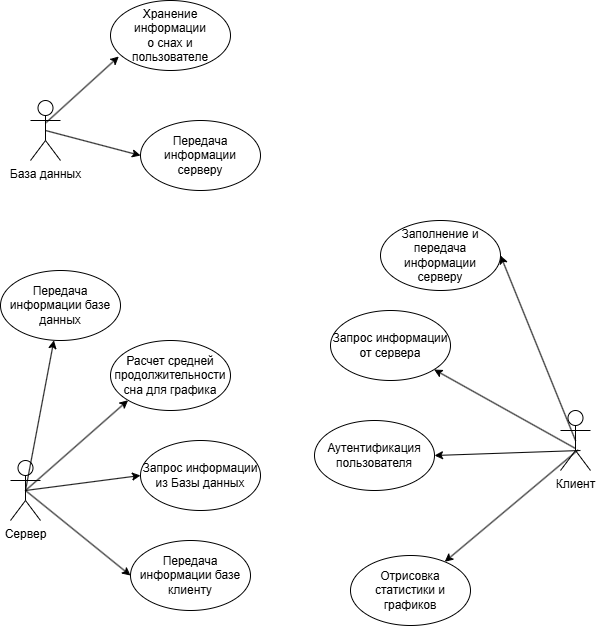
Above: useDrawio/ДиаграммаПользования.drawio.png in EzeroMV/sleep-tracker (draw.io), before the change. Source tidied: cells renumbered, new cells last; positions are measured from the earlier drawing's top-left corner, leaving out a move shared by most shapes. The source it was exported from:
```xml
<mxGraphModel>
  <root>
    <mxCell id="0" />
    <mxCell id="1" parent="0" />
    <mxCell id="2" value="База данных" style="shape=umlActor;verticalLabelPosition=bottom;verticalAlign=top;html=1;" parent="1" vertex="1">
      <mxGeometry x="30" y="100" width="30" height="60" as="geometry" />
    </mxCell>
    <mxCell id="3" value="Сервер" style="shape=umlActor;verticalLabelPosition=bottom;verticalAlign=top;html=1;" parent="1" vertex="1">
      <mxGeometry x="10" y="460" width="30" height="60" as="geometry" />
    </mxCell>
    <mxCell id="4" value="Клиент" style="shape=umlActor;verticalLabelPosition=bottom;verticalAlign=top;html=1;" parent="1" vertex="1">
      <mxGeometry x="560" y="410" width="30" height="60" as="geometry" />
    </mxCell>
    <mxCell id="5" value="Хранение информации&lt;div&gt;о снах и пользователе&lt;/div&gt;" style="ellipse;whiteSpace=wrap;html=1;" parent="1" vertex="1">
      <mxGeometry x="110" width="120" height="70" as="geometry" />
    </mxCell>
    <mxCell id="6" style="endArrow=classic;html=1;rounded=0;exitX=0.522;exitY=0.367;exitDx=0;exitDy=0;exitPerimeter=0;entryX=0.069;entryY=0.8;entryDx=0;entryDy=0;entryPerimeter=0;" parent="1" edge="1" source="2" target="5">
      <mxGeometry relative="1" as="geometry" />
    </mxCell>
    <mxCell id="7" value="Передача информации серверу" style="ellipse;whiteSpace=wrap;html=1;" parent="1" vertex="1">
      <mxGeometry x="140" y="120" width="120" height="70" as="geometry" />
    </mxCell>
    <mxCell id="8" style="endArrow=classic;html=1;rounded=0;exitX=0.5;exitY=0.5;exitDx=0;exitDy=0;exitPerimeter=0;entryX=0;entryY=0.5;entryDx=0;entryDy=0;" parent="1" edge="1" source="2" target="7">
      <mxGeometry relative="1" as="geometry" />
    </mxCell>
    <mxCell id="9" value="Передача информации базе данных" style="ellipse;whiteSpace=wrap;html=1;" parent="1" vertex="1">
      <mxGeometry y="270" width="120" height="70" as="geometry" />
    </mxCell>
    <mxCell id="10" value="Передача информации базе клиенту" style="ellipse;whiteSpace=wrap;html=1;" parent="1" vertex="1">
      <mxGeometry x="130" y="540" width="120" height="70" as="geometry" />
    </mxCell>
    <mxCell id="11" style="endArrow=classic;html=1;rounded=0;exitX=0.5;exitY=0.5;exitDx=0;exitDy=0;exitPerimeter=0;entryX=0;entryY=0.5;entryDx=0;entryDy=0;" parent="1" edge="1" source="3" target="10">
      <mxGeometry relative="1" as="geometry" />
    </mxCell>
    <mxCell id="12" style="endArrow=classic;html=1;rounded=0;exitX=0.5;exitY=0.5;exitDx=0;exitDy=0;exitPerimeter=0;" parent="1" edge="1" source="3" target="9">
      <mxGeometry relative="1" as="geometry" />
    </mxCell>
    <mxCell id="13" value="Расчет средней продолжительности сна для графика" style="ellipse;whiteSpace=wrap;html=1;" parent="1" vertex="1">
      <mxGeometry x="110" y="340" width="120" height="70" as="geometry" />
    </mxCell>
    <mxCell id="14" style="endArrow=classic;html=1;rounded=0;exitX=0.5;exitY=0.5;exitDx=0;exitDy=0;exitPerimeter=0;entryX=0;entryY=1;entryDx=0;entryDy=0;" parent="1" edge="1" source="3" target="13">
      <mxGeometry relative="1" as="geometry" />
    </mxCell>
    <mxCell id="15" style="endArrow=classic;html=1;rounded=0;exitX=0.5;exitY=0.5;exitDx=0;exitDy=0;exitPerimeter=0;entryX=0;entryY=0.5;entryDx=0;entryDy=0;" parent="1" edge="1" source="3" target="16">
      <mxGeometry relative="1" as="geometry" />
    </mxCell>
    <mxCell id="16" value="Запрос информации из Базы данных" style="ellipse;whiteSpace=wrap;html=1;" parent="1" vertex="1">
      <mxGeometry x="140" y="440" width="120" height="70" as="geometry" />
    </mxCell>
    <mxCell id="17" value="Запрос информации от сервера" style="ellipse;whiteSpace=wrap;html=1;" parent="1" vertex="1">
      <mxGeometry x="330" y="310" width="120" height="70" as="geometry" />
    </mxCell>
    <mxCell id="18" value="Заполнение и передача информации серверу" style="ellipse;whiteSpace=wrap;html=1;" parent="1" vertex="1">
      <mxGeometry x="380" y="220" width="120" height="70" as="geometry" />
    </mxCell>
    <mxCell id="19" value="Отрисовка статистики и графиков" style="ellipse;whiteSpace=wrap;html=1;" parent="1" vertex="1">
      <mxGeometry x="350" y="555" width="120" height="70" as="geometry" />
    </mxCell>
    <mxCell id="20" style="endArrow=classic;html=1;rounded=0;exitX=0.5;exitY=0.633;exitDx=0;exitDy=0;exitPerimeter=0;" parent="1" edge="1" source="4" target="17">
      <mxGeometry relative="1" as="geometry" />
    </mxCell>
    <mxCell id="21" style="endArrow=classic;html=1;rounded=0;entryX=1;entryY=0.5;entryDx=0;entryDy=0;" parent="1" edge="1" target="24">
      <mxGeometry relative="1" as="geometry">
        <mxPoint x="580" y="450" as="sourcePoint" />
      </mxGeometry>
    </mxCell>
    <mxCell id="22" style="endArrow=classic;html=1;rounded=0;exitX=0.589;exitY=0.656;exitDx=0;exitDy=0;exitPerimeter=0;" parent="1" edge="1" source="4" target="19">
      <mxGeometry relative="1" as="geometry" />
    </mxCell>
    <mxCell id="23" style="endArrow=classic;html=1;rounded=0;exitX=0.5;exitY=0.5;exitDx=0;exitDy=0;exitPerimeter=0;entryX=1;entryY=0.5;entryDx=0;entryDy=0;" parent="1" edge="1" source="4" target="18">
      <mxGeometry relative="1" as="geometry" />
    </mxCell>
    <mxCell id="24" value="Аутентификация пользователя" style="ellipse;whiteSpace=wrap;html=1;" parent="1" vertex="1">
      <mxGeometry x="314" y="420" width="120" height="70" as="geometry" />
    </mxCell>
  </root>
</mxGraphModel>
```
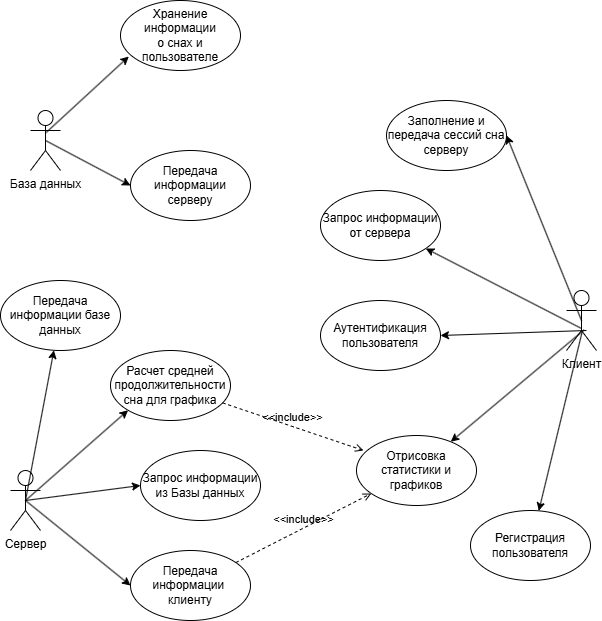
After the change.

What changed in the source:
```diff
@@ -9,16 +9,16 @@
       <mxGeometry x="10" y="460" width="30" height="60" as="geometry" />
     </mxCell>
     <mxCell id="4" value="Клиент" style="shape=umlActor;verticalLabelPosition=bottom;verticalAlign=top;html=1;" parent="1" vertex="1">
-      <mxGeometry x="560" y="410" width="30" height="60" as="geometry" />
+      <mxGeometry x="566" y="280" width="30" height="60" as="geometry" />
     </mxCell>
     <mxCell id="5" value="Хранение информации&lt;div&gt;о снах и пользователе&lt;/div&gt;" style="ellipse;whiteSpace=wrap;html=1;" parent="1" vertex="1">
-      <mxGeometry x="110" width="120" height="70" as="geometry" />
+      <mxGeometry x="120" y="-10" width="120" height="70" as="geometry" />
     </mxCell>
     <mxCell id="6" style="endArrow=classic;html=1;rounded=0;exitX=0.522;exitY=0.367;exitDx=0;exitDy=0;exitPerimeter=0;entryX=0.069;entryY=0.8;entryDx=0;entryDy=0;entryPerimeter=0;" parent="1" edge="1" source="2" target="5">
       <mxGeometry relative="1" as="geometry" />
     </mxCell>
     <mxCell id="7" value="Передача информации серверу" style="ellipse;whiteSpace=wrap;html=1;" parent="1" vertex="1">
-      <mxGeometry x="140" y="120" width="120" height="70" as="geometry" />
+      <mxGeometry x="130" y="140" width="120" height="70" as="geometry" />
     </mxCell>
     <mxCell id="8" style="endArrow=classic;html=1;rounded=0;exitX=0.5;exitY=0.5;exitDx=0;exitDy=0;exitPerimeter=0;entryX=0;entryY=0.5;entryDx=0;entryDy=0;" parent="1" edge="1" source="2" target="7">
       <mxGeometry relative="1" as="geometry" />
@@ -26,7 +26,7 @@
     <mxCell id="9" value="Передача информации базе данных" style="ellipse;whiteSpace=wrap;html=1;" parent="1" vertex="1">
       <mxGeometry y="270" width="120" height="70" as="geometry" />
     </mxCell>
-    <mxCell id="10" value="Передача информации базе клиенту" style="ellipse;whiteSpace=wrap;html=1;" parent="1" vertex="1">
+    <mxCell id="10" value="Передача информации&amp;nbsp; клиенту" style="ellipse;whiteSpace=wrap;html=1;" parent="1" vertex="1">
       <mxGeometry x="130" y="540" width="120" height="70" as="geometry" />
     </mxCell>
     <mxCell id="11" style="endArrow=classic;html=1;rounded=0;exitX=0.5;exitY=0.5;exitDx=0;exitDy=0;exitPerimeter=0;entryX=0;entryY=0.5;entryDx=0;entryDy=0;" parent="1" edge="1" source="3" target="10">
@@ -48,20 +48,20 @@
       <mxGeometry x="140" y="440" width="120" height="70" as="geometry" />
     </mxCell>
     <mxCell id="17" value="Запрос информации от сервера" style="ellipse;whiteSpace=wrap;html=1;" parent="1" vertex="1">
-      <mxGeometry x="330" y="310" width="120" height="70" as="geometry" />
+      <mxGeometry x="320" y="180" width="120" height="70" as="geometry" />
     </mxCell>
-    <mxCell id="18" value="Заполнение и передача информации серверу" style="ellipse;whiteSpace=wrap;html=1;" parent="1" vertex="1">
-      <mxGeometry x="380" y="220" width="120" height="70" as="geometry" />
+    <mxCell id="18" value="Заполнение и передача сессий сна серверу" style="ellipse;whiteSpace=wrap;html=1;" parent="1" vertex="1">
+      <mxGeometry x="386" y="90" width="120" height="70" as="geometry" />
     </mxCell>
     <mxCell id="19" value="Отрисовка статистики и графиков" style="ellipse;whiteSpace=wrap;html=1;" parent="1" vertex="1">
-      <mxGeometry x="350" y="555" width="120" height="70" as="geometry" />
+      <mxGeometry x="356" y="425" width="120" height="70" as="geometry" />
     </mxCell>
     <mxCell id="20" style="endArrow=classic;html=1;rounded=0;exitX=0.5;exitY=0.633;exitDx=0;exitDy=0;exitPerimeter=0;" parent="1" edge="1" source="4" target="17">
       <mxGeometry relative="1" as="geometry" />
     </mxCell>
     <mxCell id="21" style="endArrow=classic;html=1;rounded=0;entryX=1;entryY=0.5;entryDx=0;entryDy=0;" parent="1" edge="1" target="24">
       <mxGeometry relative="1" as="geometry">
-        <mxPoint x="580" y="450" as="sourcePoint" />
+        <mxPoint x="586" y="320" as="sourcePoint" />
       </mxGeometry>
     </mxCell>
     <mxCell id="22" style="endArrow=classic;html=1;rounded=0;exitX=0.589;exitY=0.656;exitDx=0;exitDy=0;exitPerimeter=0;" parent="1" edge="1" source="4" target="19">
@@ -71,7 +71,19 @@
       <mxGeometry relative="1" as="geometry" />
     </mxCell>
     <mxCell id="24" value="Аутентификация пользователя" style="ellipse;whiteSpace=wrap;html=1;" parent="1" vertex="1">
-      <mxGeometry x="314" y="420" width="120" height="70" as="geometry" />
+      <mxGeometry x="320" y="290" width="120" height="70" as="geometry" />
     </mxCell>
+    <mxCell id="25" value="&amp;lt;&amp;lt;include&amp;gt;&amp;gt;" style="html=1;verticalAlign=bottom;labelBackgroundColor=none;endArrow=open;endFill=0;dashed=1;rounded=0;entryX=0.058;entryY=0.214;entryDx=0;entryDy=0;entryPerimeter=0;" parent="1" edge="1" source="13" target="19">
+      <mxGeometry relative="1" as="geometry" />
+    </mxCell>
+    <mxCell id="26" value="&amp;lt;&amp;lt;include&amp;gt;&amp;gt;" style="html=1;verticalAlign=bottom;labelBackgroundColor=none;endArrow=open;endFill=0;dashed=1;rounded=0;" parent="1" edge="1" source="10" target="19">
+      <mxGeometry relative="1" as="geometry" />
+    </mxCell>
+    <mxCell id="27" value="Регистрация пользователя" style="ellipse;whiteSpace=wrap;html=1;" parent="1" vertex="1">
+      <mxGeometry x="470" y="500" width="120" height="70" as="geometry" />
+    </mxCell>
+    <mxCell id="28" style="endArrow=classic;html=1;rounded=0;exitX=0.522;exitY=0.689;exitDx=0;exitDy=0;exitPerimeter=0;" parent="1" edge="1" source="4" target="27">
+      <mxGeometry relative="1" as="geometry" />
+    </mxCell>
   </root>
 </mxGraphModel>
```
